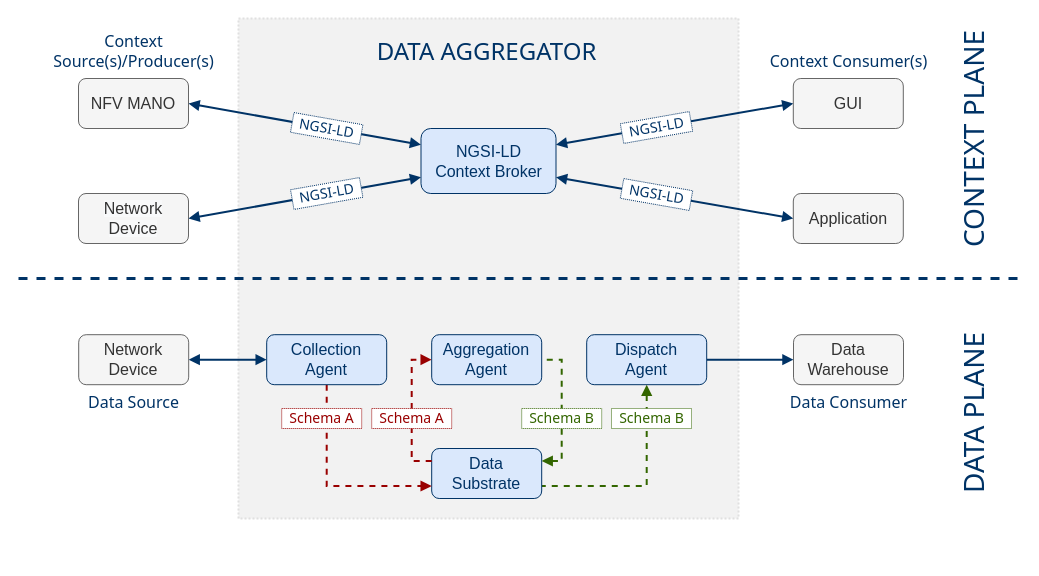
giros-dit/semantic-data-aggregator keeps this draw.io diagram as page "architecture" (2 of 2) of docs/plane-separation/plane-separation.drawio. Above is the earlier version. Source tidied: cells renumbered, new cells numbered last; positions are measured from the earlier drawing's top-left corner, leaving out a move shared by most shapes. Both pictures are drawn from the tidied source at 100%, with x=0, y=0 at pixel (18, 18).
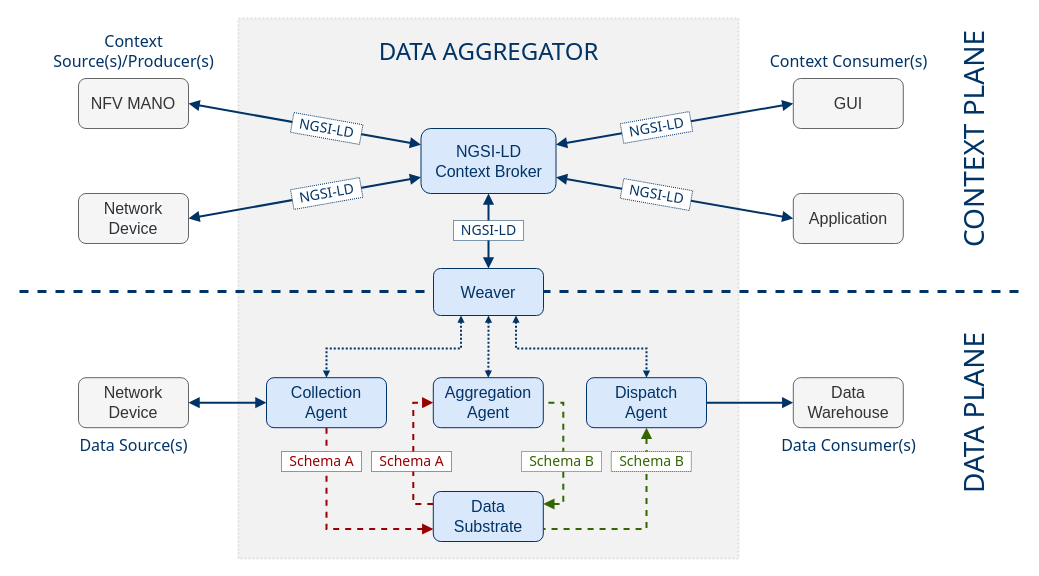
The same diagram, later.

Commit message (it also covers changes not shown here):
Plane separation: include weaver component

The change refers to these unchanged cells:
```xml
<mxCell id="9" value="NGSI-LD&lt;br&gt;Context Broker" style="rounded=1;whiteSpace=wrap;html=1;fontFamily=Helvetica;fillColor=#dae8fc;strokeColor=#003366;fontSize=16;fontColor=#003366;" parent="1" vertex="1">
  <mxGeometry x="402.5" y="110" width="135" height="65" as="geometry" />
</mxCell>
```

Change to the diagram source:
```diff
@@
     <mxCell id="2" style="rounded=0;whiteSpace=wrap;html=1;fontSize=14;dashed=1;strokeWidth=2;fontColor=#333333;dashPattern=1 1;fillColor=#F2F2F2;strokeColor=#E0E0E0;" parent="1" vertex="1">
-      <mxGeometry x="220" width="500" height="500" as="geometry" />
+      <mxGeometry x="220" width="500" height="540" as="geometry" />
     </mxCell>
@@
     <mxCell id="5" value="Data&lt;br&gt;Substrate" style="rounded=1;whiteSpace=wrap;html=1;fontFamily=Helvetica;fillColor=#dae8fc;fontSize=16;strokeColor=#003366;fontColor=#003366;" parent="1" vertex="1">
-      <mxGeometry x="413.2" y="430" width="110" height="50" as="geometry" />
+      <mxGeometry x="414.8" y="473" width="110" height="50" as="geometry" />
     </mxCell>
@@
+    <mxCell id="41" style="edgeStyle=orthogonalEdgeStyle;rounded=0;jettySize=auto;html=1;fontColor=#003366;strokeColor=#003366;strokeWidth=2;endFill=1;endArrow=block;startFill=1;startArrow=block;" parent="1" edge="1" source="9" target="45">
+      <mxGeometry relative="1" as="geometry" />
+    </mxCell>
@@
     <mxCell id="11" value="Collection&lt;br style=&quot;font-size: 16px;&quot;&gt;Agent" style="rounded=1;whiteSpace=wrap;html=1;fontFamily=Helvetica;fillColor=#dae8fc;strokeColor=#003366;fontSize=16;fontColor=#003366;" parent="1" vertex="1">
-      <mxGeometry x="248.2" y="316.2" width="120" height="50" as="geometry" />
+      <mxGeometry x="248" y="359.2" width="120" height="50" as="geometry" />
     </mxCell>
@@
     <mxCell id="14" value="Aggregation&lt;br&gt;Agent" style="rounded=1;whiteSpace=wrap;html=1;fontFamily=Helvetica;fillColor=#dae8fc;strokeColor=#003366;fontSize=16;fontColor=#003366;" parent="1" vertex="1">
-      <mxGeometry x="413.2" y="316.2" width="110" height="50" as="geometry" />
+      <mxGeometry x="414.8" y="359.2" width="110" height="50" as="geometry" />
     </mxCell>
     <mxCell id="15" value="Dispatch&lt;br&gt;Agent" style="rounded=1;whiteSpace=wrap;html=1;fontFamily=Helvetica;fillColor=#dae8fc;strokeColor=#003366;fontSize=16;fontColor=#003366;" parent="1" vertex="1">
-      <mxGeometry x="568.2" y="316.2" width="120" height="50" as="geometry" />
+      <mxGeometry x="568" y="359.2" width="120" height="50" as="geometry" />
     </mxCell>
     <mxCell id="16" value="Data&lt;br style=&quot;font-size: 16px;&quot;&gt;Warehouse" style="rounded=1;whiteSpace=wrap;html=1;fontFamily=Helvetica;fillColor=#f5f5f5;strokeColor=#666666;fontSize=16;fontColor=#333333;" parent="1" vertex="1">
-      <mxGeometry x="775" y="316.2" width="110" height="50" as="geometry" />
+      <mxGeometry x="774.8" y="359.2" width="110" height="50" as="geometry" />
     </mxCell>
     <mxCell id="17" style="endArrow=none;html=1;fontSize=18;fontColor=#003366;fontFamily=Tahoma;strokeWidth=3;dashed=1;strokeColor=#003366;" parent="1" edge="1">
       <mxGeometry relative="1" as="geometry">
-        <mxPoint y="260" as="sourcePoint" />
-        <mxPoint x="1000" y="260" as="targetPoint" />
+        <mxPoint x="1" y="273.1" as="sourcePoint" />
+        <mxPoint x="1001" y="273.1" as="targetPoint" />
       </mxGeometry>
     </mxCell>
@@
     <mxCell id="25" value="Network&lt;br style=&quot;font-size: 16px;&quot;&gt;Device" style="rounded=1;whiteSpace=wrap;html=1;fontFamily=Helvetica;fillColor=#f5f5f5;strokeColor=#666666;fontSize=16;direction=west;fontColor=#333333;" parent="1" vertex="1">
-      <mxGeometry x="60.2" y="316.2" width="110" height="50" as="geometry" />
+      <mxGeometry x="60" y="359.2" width="110" height="50" as="geometry" />
     </mxCell>
     <mxCell id="26" value="DATA AGGREGATOR" style="text;html=1;align=center;verticalAlign=middle;fontSize=24;fontFamily=Tahoma;fontColor=#003366;" parent="1" vertex="1">
-      <mxGeometry x="353.2" y="18" width="230" height="30" as="geometry" />
+      <mxGeometry x="354.8" y="18" width="230" height="30" as="geometry" />
     </mxCell>
-    <mxCell id="27" value="Data Consumer" style="text;html=1;align=center;verticalAlign=middle;fontSize=16;rotation=0;fontFamily=Tahoma;fontStyle=0;fontColor=#003366;" parent="1" vertex="1">
-      <mxGeometry x="769.8" y="374.2" width="120" height="20" as="geometry" />
+    <mxCell id="27" value="Data Consumer(s)" style="text;html=1;align=center;verticalAlign=middle;fontSize=16;rotation=0;fontFamily=Tahoma;fontStyle=0;fontColor=#003366;" parent="1" vertex="1">
+      <mxGeometry x="760" y="417.2" width="140" height="20" as="geometry" />
     </mxCell>
-    <mxCell id="28" value="Data Source" style="text;html=1;align=center;verticalAlign=middle;fontSize=16;rotation=0;fontFamily=Tahoma;fontStyle=0;fontColor=#003366;" parent="1" vertex="1">
-      <mxGeometry x="65" y="374.2" width="100" height="20" as="geometry" />
+    <mxCell id="28" value="Data Source(s)" style="text;html=1;align=center;verticalAlign=middle;fontSize=16;rotation=0;fontFamily=Tahoma;fontStyle=0;fontColor=#003366;" parent="1" vertex="1">
+      <mxGeometry x="55" y="417.2" width="120" height="20" as="geometry" />
     </mxCell>
@@
     <mxCell id="37" value="Schema A" style="text;html=1;align=center;verticalAlign=middle;rounded=0;fontSize=14;fontColor=#990000;strokeColor=#990000;strokeWidth=1;labelBackgroundColor=#ffffff;endFill=1;endArrow=block;startFill=0;startArrow=none;fillColor=#ffffff;dashed=1;dashPattern=1 1;fontFamily=Tahoma;rotation=0;direction=west;" parent="1" vertex="1">
-      <mxGeometry x="263.2" y="390" width="80" height="20" as="geometry" />
+      <mxGeometry x="263" y="433" width="80" height="20" as="geometry" />
     </mxCell>
     <mxCell id="38" value="Schema A" style="text;html=1;align=center;verticalAlign=middle;rounded=0;fontSize=14;fontColor=#990000;strokeColor=#990000;strokeWidth=1;labelBackgroundColor=#ffffff;endFill=1;endArrow=block;startFill=0;startArrow=none;fillColor=#ffffff;dashed=1;dashPattern=1 1;fontFamily=Tahoma;rotation=0;direction=west;" parent="1" vertex="1">
-      <mxGeometry x="353.2" y="390" width="80" height="20" as="geometry" />
+      <mxGeometry x="353" y="433" width="80" height="20" as="geometry" />
     </mxCell>
     <mxCell id="39" value="Schema B" style="text;html=1;align=center;verticalAlign=middle;rounded=0;fontSize=14;fontColor=#336600;strokeColor=#336600;strokeWidth=1;labelBackgroundColor=#ffffff;endFill=1;endArrow=block;startFill=0;startArrow=none;fillColor=#ffffff;dashed=1;dashPattern=1 1;fontFamily=Tahoma;rotation=0;direction=west;" parent="1" vertex="1">
-      <mxGeometry x="503.2" y="390" width="80" height="20" as="geometry" />
+      <mxGeometry x="503" y="433" width="80" height="20" as="geometry" />
     </mxCell>
     <mxCell id="40" value="Schema B" style="text;html=1;align=center;verticalAlign=middle;rounded=0;fontSize=14;fontColor=#336600;strokeColor=#336600;strokeWidth=1;labelBackgroundColor=#ffffff;endFill=1;endArrow=block;startFill=0;startArrow=none;fillColor=#ffffff;dashed=1;dashPattern=1 1;fontFamily=Tahoma;rotation=0;direction=west;" parent="1" vertex="1">
-      <mxGeometry x="593" y="390" width="80" height="20" as="geometry" />
+      <mxGeometry x="592.8" y="433" width="80" height="20" as="geometry" />
     </mxCell>
+    <mxCell id="42" style="edgeStyle=orthogonalEdgeStyle;rounded=0;jettySize=auto;html=1;exitX=0.25;exitY=1;exitDx=0;exitDy=0;entryX=0.5;entryY=0;entryDx=0;entryDy=0;fontColor=#003366;strokeColor=#003366;strokeWidth=2;spacingLeft=0;endFill=1;endArrow=block;targetPerimeterSpacing=0;startFill=1;startArrow=block;dashed=1;dashPattern=1 1;endSize=2;startSize=2;" parent="1" edge="1" source="45" target="11">
+      <mxGeometry relative="1" as="geometry">
+        <Array as="points">
+          <mxPoint x="443" y="330" />
+          <mxPoint x="308" y="330" />
+        </Array>
+      </mxGeometry>
+    </mxCell>
+    <mxCell id="43" style="edgeStyle=orthogonalEdgeStyle;rounded=0;jettySize=auto;html=1;exitX=0.5;exitY=1;exitDx=0;exitDy=0;entryX=0.5;entryY=0;entryDx=0;entryDy=0;dashed=1;dashPattern=1 1;fontColor=#003366;strokeColor=#003366;strokeWidth=2;spacingLeft=0;endFill=1;endArrow=block;targetPerimeterSpacing=0;startFill=1;startArrow=block;endSize=2;startSize=2;" parent="1" edge="1" source="45" target="14">
+      <mxGeometry relative="1" as="geometry" />
+    </mxCell>
+    <mxCell id="44" style="edgeStyle=orthogonalEdgeStyle;rounded=0;jettySize=auto;html=1;exitX=0.75;exitY=1;exitDx=0;exitDy=0;entryX=0.5;entryY=0;entryDx=0;entryDy=0;dashed=1;dashPattern=1 1;fontColor=#003366;strokeColor=#003366;strokeWidth=2;spacingLeft=0;endFill=1;endArrow=block;targetPerimeterSpacing=0;startFill=1;startArrow=block;endSize=2;startSize=2;" parent="1" edge="1" source="45" target="15">
+      <mxGeometry relative="1" as="geometry">
+        <Array as="points">
+          <mxPoint x="497" y="330" />
+          <mxPoint x="628" y="330" />
+        </Array>
+      </mxGeometry>
+    </mxCell>
+    <mxCell id="45" value="Weaver" style="rounded=1;whiteSpace=wrap;html=1;fontFamily=Helvetica;fontSize=16;fillColor=#dae8fc;strokeColor=#003366;fontColor=#003366;" parent="1" vertex="1">
+      <mxGeometry x="415" y="250" width="110" height="47" as="geometry" />
+    </mxCell>
+    <mxCell id="46" value="&lt;span style=&quot;font-size: 14px;&quot;&gt;NGSI-LD&lt;/span&gt;" style="text;html=1;align=center;verticalAlign=middle;rounded=0;fontSize=14;fontColor=#003366;strokeColor=#003366;strokeWidth=1;labelBackgroundColor=#ffffff;endFill=1;endArrow=block;startFill=0;startArrow=none;fillColor=#ffffff;dashed=1;dashPattern=1 1;fontFamily=Tahoma;rotation=0;" parent="1" vertex="1">
+      <mxGeometry x="435" y="202" width="70" height="20" as="geometry" />
+    </mxCell>
```
